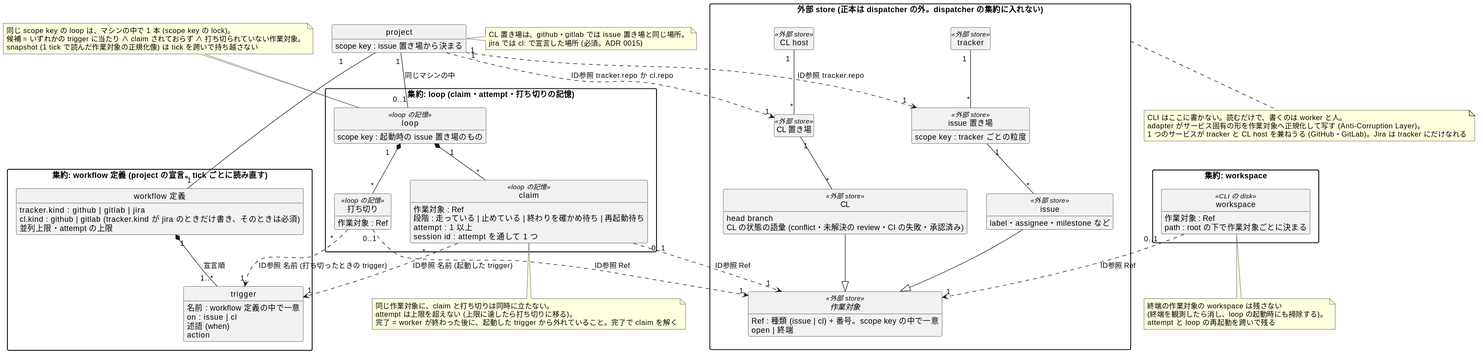
swat9013/claude-dispatcher keeps this PlantUML diagram as docs/design/domain.svg. Above is the earlier version.
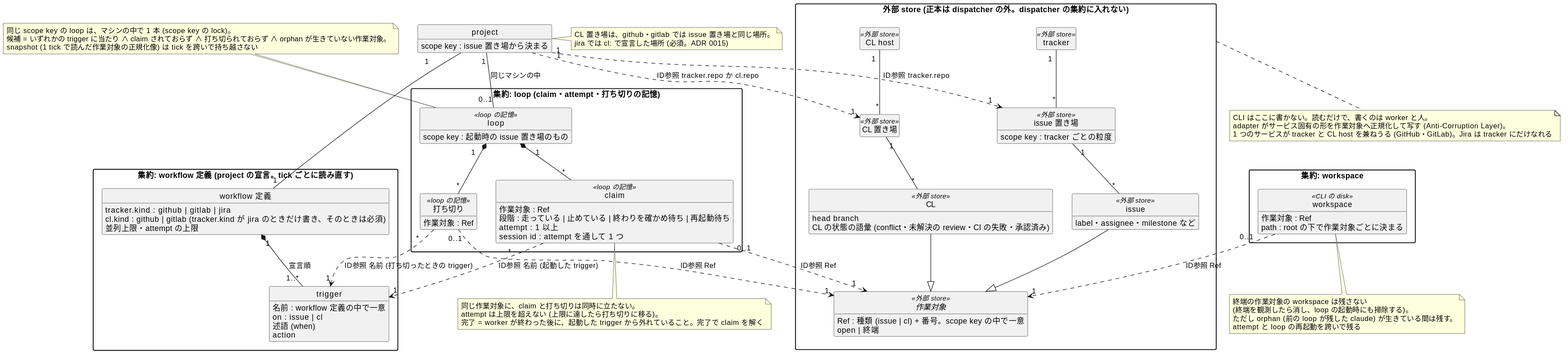
Later version of the same file.

Commit message:
orphan の flock 検出と扱いを設計の正本に書く

The edit, as a diff of the source:
```diff
@@ -97,7 +97,7 @@
 
 note top of Loop
   同じ scope key の loop は、マシンの中で 1 本 (scope key の lock)。
-  候補 = いずれかの trigger に当たり ∧ claim されておらず ∧ 打ち切られていない作業対象。
+  候補 = いずれかの trigger に当たり ∧ claim されておらず ∧ 打ち切られておらず ∧ orphan が生きていない作業対象。
   snapshot (1 tick で読んだ作業対象の正規化像) は tick を跨いで持ち越さない
 end note
 
@@ -110,6 +110,7 @@
 note bottom of Workspace
   終端の作業対象の workspace は残さない
   (終端を観測したら消し、loop の起動時にも掃除する)。
+  ただし orphan (前の loop が残した claude) が生きている間は残す。
   attempt と loop の再起動を跨いで残る
 end note
 @enduml
```
